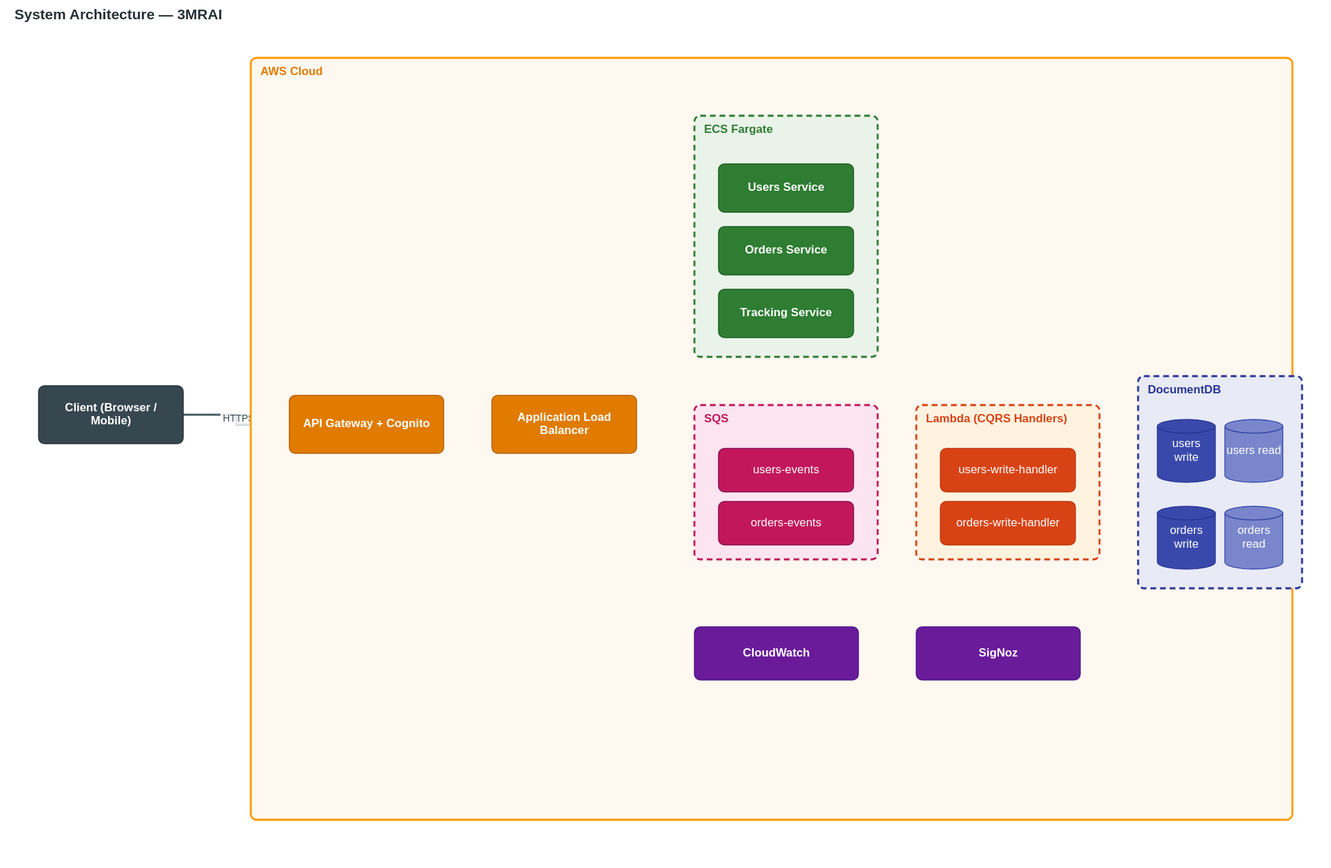
This is docs/00-overview/diagrams/architecture.drawio.svg from je-martinez/3-microservices-running-on-aws-infrastructure, a draw.io export, as it was before one commit. Source tidied: cells renumbered, new cells last; positions are measured from the earlier drawing's top-left corner, leaving out a move shared by most shapes.
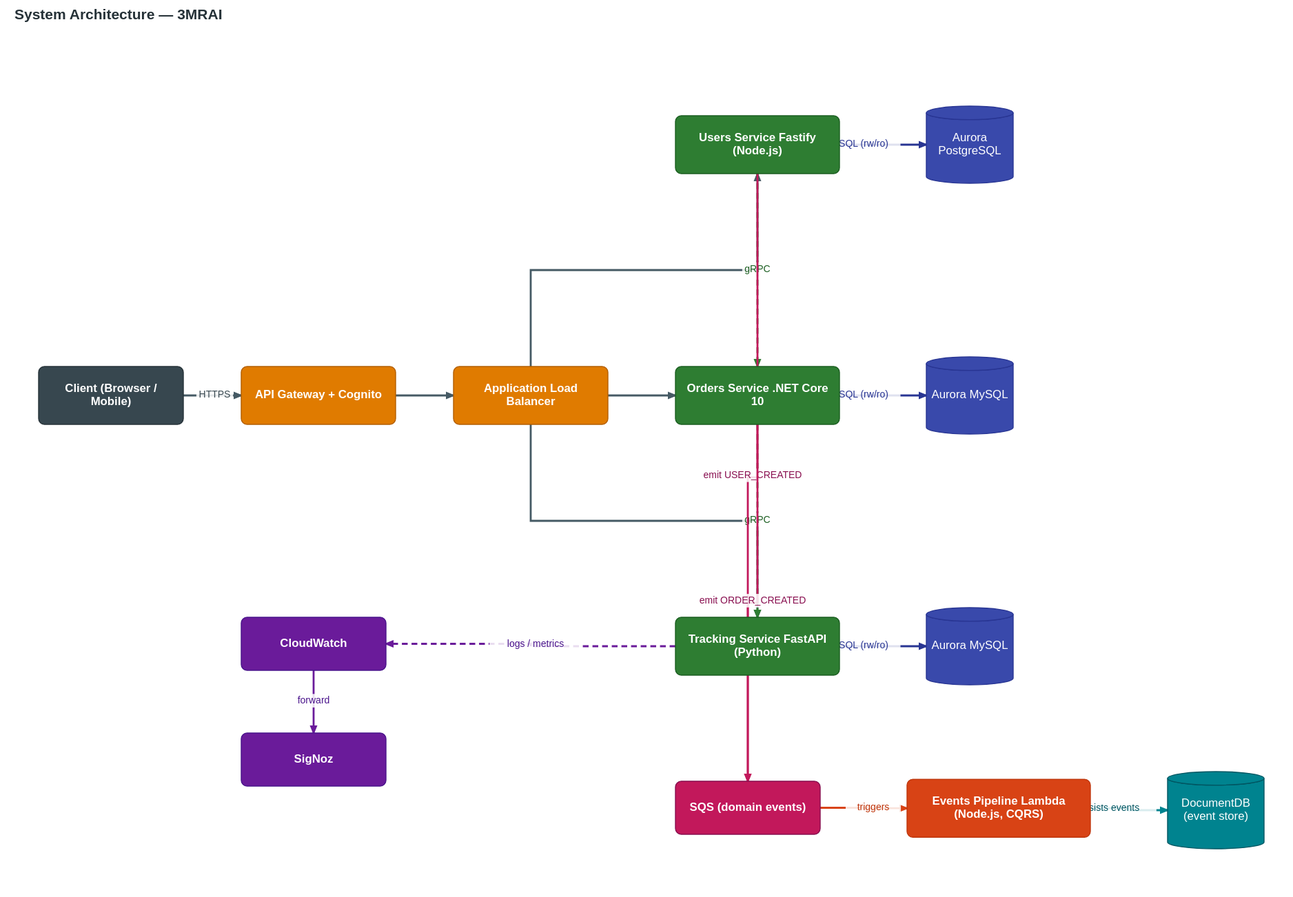
Above is the later version.

Commit message:
docs(vault): fix per-service stacks and persistence in overview

Diff of the diagram source:
```diff
@@ -5,65 +5,44 @@
     <mxCell id="2" value="Client&#10;(Browser / Mobile)" style="rounded=1;whiteSpace=wrap;html=1;fillColor=#37474F;strokeColor=#263238;fontColor=#ffffff;fontStyle=1;" parent="1" vertex="1">
       <mxGeometry y="340" width="150" height="60" as="geometry" />
     </mxCell>
-    <mxCell id="3" value="AWS Cloud" style="rounded=8;whiteSpace=wrap;html=1;fillColor=#FFF8F0;strokeColor=#FF9900;strokeWidth=2;verticalAlign=top;fontStyle=1;fontColor=#E07B00;startSize=30;" parent="1" vertex="1">
-      <mxGeometry x="220" width="1080" height="790" as="geometry" />
-    </mxCell>
-    <mxCell id="4" value="API Gateway + Cognito" style="rounded=1;whiteSpace=wrap;html=1;fillColor=#E07B00;strokeColor=#B35F00;fontColor=#ffffff;fontStyle=1;" parent="3" vertex="1">
-      <mxGeometry x="40" y="350" width="160" height="60" as="geometry" />
+    <mxCell id="4" value="API Gateway + Cognito" style="rounded=1;whiteSpace=wrap;html=1;fillColor=#E07B00;strokeColor=#B35F00;fontColor=#ffffff;fontStyle=1;" parent="1" vertex="1">
+      <mxGeometry x="210" y="340" width="160" height="60" as="geometry" />
     </mxCell>
-    <mxCell id="5" value="Application Load Balancer" style="rounded=1;whiteSpace=wrap;html=1;fillColor=#E07B00;strokeColor=#B35F00;fontColor=#ffffff;fontStyle=1;" parent="3" vertex="1">
-      <mxGeometry x="250" y="350" width="150" height="60" as="geometry" />
+    <mxCell id="5" value="Application Load Balancer" style="rounded=1;whiteSpace=wrap;html=1;fillColor=#E07B00;strokeColor=#B35F00;fontColor=#ffffff;fontStyle=1;" parent="1" vertex="1">
+      <mxGeometry x="430" y="340" width="160" height="60" as="geometry" />
     </mxCell>
-    <mxCell id="6" value="ECS Fargate" style="rounded=8;whiteSpace=wrap;html=1;fillColor=#EAF3EA;strokeColor=#2E7D32;strokeWidth=2;verticalAlign=top;fontStyle=1;fontColor=#2E7D32;startSize=28;dashed=1;" parent="3" vertex="1">
-      <mxGeometry x="460" y="60" width="190" height="250" as="geometry" />
-    </mxCell>
-    <mxCell id="7" value="Users Service" style="rounded=1;whiteSpace=wrap;html=1;fillColor=#2E7D32;strokeColor=#1B5E20;fontColor=#ffffff;fontStyle=1;" parent="6" vertex="1">
-      <mxGeometry x="25" y="50" width="140" height="50" as="geometry" />
+    <mxCell id="7" value="Users Service&#10;Fastify (Node.js)" style="rounded=1;whiteSpace=wrap;html=1;fillColor=#2E7D32;strokeColor=#1B5E20;fontColor=#ffffff;fontStyle=1;" parent="1" vertex="1">
+      <mxGeometry x="660" y="80" width="170" height="60" as="geometry" />
     </mxCell>
-    <mxCell id="8" value="Orders Service" style="rounded=1;whiteSpace=wrap;html=1;fillColor=#2E7D32;strokeColor=#1B5E20;fontColor=#ffffff;fontStyle=1;" parent="6" vertex="1">
-      <mxGeometry x="25" y="115" width="140" height="50" as="geometry" />
+    <mxCell id="8" value="Orders Service&#10;.NET Core 10" style="rounded=1;whiteSpace=wrap;html=1;fillColor=#2E7D32;strokeColor=#1B5E20;fontColor=#ffffff;fontStyle=1;" parent="1" vertex="1">
+      <mxGeometry x="660" y="340" width="170" height="60" as="geometry" />
     </mxCell>
-    <mxCell id="9" value="Tracking Service" style="rounded=1;whiteSpace=wrap;html=1;fillColor=#2E7D32;strokeColor=#1B5E20;fontColor=#ffffff;fontStyle=1;" parent="6" vertex="1">
-      <mxGeometry x="25" y="180" width="140" height="50" as="geometry" />
+    <mxCell id="9" value="Tracking Service&#10;FastAPI (Python)" style="rounded=1;whiteSpace=wrap;html=1;fillColor=#2E7D32;strokeColor=#1B5E20;fontColor=#ffffff;fontStyle=1;" parent="1" vertex="1">
+      <mxGeometry x="660" y="600" width="170" height="60" as="geometry" />
     </mxCell>
+    <mxCell id="40" value="Aurora&#10;PostgreSQL" style="shape=cylinder3;whiteSpace=wrap;html=1;fillColor=#3949AB;strokeColor=#283593;fontColor=#ffffff;" parent="1" vertex="1">
+      <mxGeometry x="920" y="70" width="90" height="80" as="geometry" />
+    </mxCell>
+    <mxCell id="41" value="Aurora&#10;MySQL" style="shape=cylinder3;whiteSpace=wrap;html=1;fillColor=#3949AB;strokeColor=#283593;fontColor=#ffffff;" parent="1" vertex="1">
+      <mxGeometry x="920" y="330" width="90" height="80" as="geometry" />
+    </mxCell>
+    <mxCell id="42" value="Aurora&#10;MySQL" style="shape=cylinder3;whiteSpace=wrap;html=1;fillColor=#3949AB;strokeColor=#283593;fontColor=#ffffff;" parent="1" vertex="1">
+      <mxGeometry x="920" y="590" width="90" height="80" as="geometry" />
+    </mxCell>
-    <mxCell id="10" value="SQS" style="rounded=8;whiteSpace=wrap;html=1;fillColor=#FCE4F1;strokeColor=#C2185B;strokeWidth=2;verticalAlign=top;fontStyle=1;fontColor=#C2185B;startSize=28;dashed=1;" parent="3" vertex="1">
-      <mxGeometry x="460" y="360" width="190" height="160" as="geometry" />
+    <mxCell id="10" value="SQS&#10;(domain events)" style="rounded=1;whiteSpace=wrap;html=1;fillColor=#C2185B;strokeColor=#880E4F;fontColor=#ffffff;fontStyle=1;" parent="1" vertex="1">
+      <mxGeometry x="660" y="770" width="150" height="55" as="geometry" />
     </mxCell>
-    <mxCell id="11" value="users-events" style="rounded=1;whiteSpace=wrap;html=1;fillColor=#C2185B;strokeColor=#880E4F;fontColor=#ffffff;" parent="10" vertex="1">
-      <mxGeometry x="25" y="45" width="140" height="45" as="geometry" />
-    </mxCell>
-    <mxCell id="12" value="orders-events" style="rounded=1;whiteSpace=wrap;html=1;fillColor=#C2185B;strokeColor=#880E4F;fontColor=#ffffff;" parent="10" vertex="1">
-      <mxGeometry x="25" y="100" width="140" height="45" as="geometry" />
-    </mxCell>
-    <mxCell id="13" value="Lambda (CQRS Handlers)" style="rounded=8;whiteSpace=wrap;html=1;fillColor=#FFF3E0;strokeColor=#D84315;strokeWidth=2;verticalAlign=top;fontStyle=1;fontColor=#D84315;startSize=28;dashed=1;" parent="3" vertex="1">
-      <mxGeometry x="690" y="360" width="190" height="160" as="geometry" />
-    </mxCell>
-    <mxCell id="14" value="users-write-handler" style="rounded=1;whiteSpace=wrap;html=1;fillColor=#D84315;strokeColor=#BF360C;fontColor=#ffffff;" parent="13" vertex="1">
-      <mxGeometry x="25" y="45" width="140" height="45" as="geometry" />
-    </mxCell>
-    <mxCell id="15" value="orders-write-handler" style="rounded=1;whiteSpace=wrap;html=1;fillColor=#D84315;strokeColor=#BF360C;fontColor=#ffffff;" parent="13" vertex="1">
-      <mxGeometry x="25" y="100" width="140" height="45" as="geometry" />
-    </mxCell>
-    <mxCell id="16" value="DocumentDB" style="rounded=8;whiteSpace=wrap;html=1;fillColor=#E8EAF6;strokeColor=#283593;strokeWidth=2;verticalAlign=top;fontStyle=1;fontColor=#283593;startSize=28;dashed=1;" parent="3" vertex="1">
-      <mxGeometry x="920" y="330" width="170" height="220" as="geometry" />
-    </mxCell>
-    <mxCell id="17" value="users write" style="shape=cylinder3;whiteSpace=wrap;html=1;fillColor=#3949AB;strokeColor=#283593;fontColor=#ffffff;" parent="16" vertex="1">
-      <mxGeometry x="20" y="45" width="60" height="65" as="geometry" />
-    </mxCell>
-    <mxCell id="18" value="users read" style="shape=cylinder3;whiteSpace=wrap;html=1;fillColor=#7986CB;strokeColor=#3949AB;fontColor=#ffffff;" parent="16" vertex="1">
-      <mxGeometry x="90" y="45" width="60" height="65" as="geometry" />
-    </mxCell>
-    <mxCell id="19" value="orders write" style="shape=cylinder3;whiteSpace=wrap;html=1;fillColor=#3949AB;strokeColor=#283593;fontColor=#ffffff;" parent="16" vertex="1">
-      <mxGeometry x="20" y="135" width="60" height="65" as="geometry" />
-    </mxCell>
-    <mxCell id="20" value="orders read" style="shape=cylinder3;whiteSpace=wrap;html=1;fillColor=#7986CB;strokeColor=#3949AB;fontColor=#ffffff;" parent="16" vertex="1">
-      <mxGeometry x="90" y="135" width="60" height="65" as="geometry" />
-    </mxCell>
+    <mxCell id="43" value="Events Pipeline&#10;Lambda (Node.js, CQRS)" style="rounded=1;whiteSpace=wrap;html=1;fillColor=#D84315;strokeColor=#BF360C;fontColor=#ffffff;fontStyle=1;" parent="1" vertex="1">
+      <mxGeometry x="900" y="768" width="190" height="60" as="geometry" />
+    </mxCell>
+    <mxCell id="44" value="DocumentDB&#10;(event store)" style="shape=cylinder3;whiteSpace=wrap;html=1;fillColor=#00838F;strokeColor=#005662;fontColor=#ffffff;" parent="1" vertex="1">
+      <mxGeometry x="1170" y="760" width="100" height="80" as="geometry" />
+    </mxCell>
-    <mxCell id="21" value="CloudWatch" style="rounded=1;whiteSpace=wrap;html=1;fillColor=#6A1B9A;strokeColor=#4A148C;fontColor=#ffffff;fontStyle=1;" parent="3" vertex="1">
-      <mxGeometry x="460" y="590" width="170" height="55" as="geometry" />
+    <mxCell id="21" value="CloudWatch" style="rounded=1;whiteSpace=wrap;html=1;fillColor=#6A1B9A;strokeColor=#4A148C;fontColor=#ffffff;fontStyle=1;" parent="1" vertex="1">
+      <mxGeometry x="210" y="600" width="150" height="55" as="geometry" />
     </mxCell>
-    <mxCell id="22" value="SigNoz" style="rounded=1;whiteSpace=wrap;html=1;fillColor=#6A1B9A;strokeColor=#4A148C;fontColor=#ffffff;fontStyle=1;" parent="3" vertex="1">
-      <mxGeometry x="690" y="590" width="170" height="55" as="geometry" />
+    <mxCell id="22" value="SigNoz" style="rounded=1;whiteSpace=wrap;html=1;fillColor=#6A1B9A;strokeColor=#4A148C;fontColor=#ffffff;fontStyle=1;" parent="1" vertex="1">
+      <mxGeometry x="210" y="720" width="150" height="55" as="geometry" />
     </mxCell>
     <mxCell id="23" value="HTTPS" style="strokeColor=#455A64;fontColor=#37474F;" parent="1" edge="1" source="2" target="4">
       <mxGeometry relative="1" as="geometry" />
@@ -80,41 +59,38 @@
     <mxCell id="27" style="strokeColor=#455A64;" parent="1" edge="1" source="5" target="9">
       <mxGeometry relative="1" as="geometry" />
     </mxCell>
-    <mxCell id="28" value="gRPC" style="dashed=1;strokeColor=#2E7D32;fontColor=#1B5E20;" parent="1" edge="1" source="7" target="8">
+    <mxCell id="28" value="SQL (rw/ro)" style="strokeColor=#283593;fontColor=#283593;" parent="1" edge="1" source="7" target="40">
       <mxGeometry relative="1" as="geometry" />
     </mxCell>
-    <mxCell id="29" value="gRPC" style="dashed=1;strokeColor=#2E7D32;fontColor=#1B5E20;" parent="1" edge="1" source="8" target="9">
+    <mxCell id="29" value="SQL (rw/ro)" style="strokeColor=#283593;fontColor=#283593;" parent="1" edge="1" source="8" target="41">
       <mxGeometry relative="1" as="geometry" />
     </mxCell>
-    <mxCell id="30" value="emit" style="strokeColor=#C2185B;fontColor=#880E4F;" parent="1" edge="1" source="7" target="11">
+    <mxCell id="30" value="SQL (rw/ro)" style="strokeColor=#283593;fontColor=#283593;" parent="1" edge="1" source="9" target="42">
       <mxGeometry relative="1" as="geometry" />
     </mxCell>
-    <mxCell id="31" value="emit" style="strokeColor=#C2185B;fontColor=#880E4F;" parent="1" edge="1" source="8" target="12">
+    <mxCell id="31" value="gRPC" style="dashed=1;strokeColor=#2E7D32;fontColor=#1B5E20;" parent="1" edge="1" source="7" target="8">
       <mxGeometry relative="1" as="geometry" />
     </mxCell>
-    <mxCell id="32" style="strokeColor=#D84315;" parent="1" edge="1" source="11" target="14">
+    <mxCell id="32" value="gRPC" style="dashed=1;strokeColor=#2E7D32;fontColor=#1B5E20;" parent="1" edge="1" source="8" target="9">
       <mxGeometry relative="1" as="geometry" />
     </mxCell>
-    <mxCell id="33" style="strokeColor=#D84315;" parent="1" edge="1" source="12" target="15">
+    <mxCell id="33" value="emit USER_CREATED" style="strokeColor=#C2185B;fontColor=#880E4F;" parent="1" edge="1" source="7" target="10">
       <mxGeometry relative="1" as="geometry" />
     </mxCell>
-    <mxCell id="34" value="write" style="strokeColor=#283593;fontColor=#283593;" parent="1" edge="1" source="14" target="17">
+    <mxCell id="34" value="emit ORDER_CREATED" style="strokeColor=#C2185B;fontColor=#880E4F;" parent="1" edge="1" source="8" target="10">
       <mxGeometry relative="1" as="geometry" />
     </mxCell>
-    <mxCell id="35" value="write" style="strokeColor=#283593;fontColor=#283593;" parent="1" edge="1" source="15" target="19">
+    <mxCell id="35" value="triggers" style="strokeColor=#D84315;fontColor=#BF360C;" parent="1" edge="1" source="10" target="43">
       <mxGeometry relative="1" as="geometry" />
     </mxCell>
-    <mxCell id="36" value="replicates" style="dashed=1;strokeColor=#7986CB;fontColor=#3949AB;" parent="1" edge="1" source="17" target="18">
+    <mxCell id="36" value="persists events" style="strokeColor=#00838F;fontColor=#005662;" parent="1" edge="1" source="43" target="44">
       <mxGeometry relative="1" as="geometry" />
     </mxCell>
-    <mxCell id="37" value="replicates" style="dashed=1;strokeColor=#7986CB;fontColor=#3949AB;" parent="1" edge="1" source="19" target="20">
+    <mxCell id="37" value="logs / metrics" style="dashed=1;strokeColor=#6A1B9A;fontColor=#4A148C;" parent="1" edge="1" source="9" target="21">
       <mxGeometry relative="1" as="geometry" />
     </mxCell>
-    <mxCell id="38" value="logs" style="dashed=1;strokeColor=#6A1B9A;fontColor=#4A148C;" parent="1" edge="1" source="9" target="21">
+    <mxCell id="38" value="forward" style="strokeColor=#6A1B9A;fontColor=#4A148C;" parent="1" edge="1" source="21" target="22">
       <mxGeometry relative="1" as="geometry" />
     </mxCell>
-    <mxCell id="39" value="forward" style="strokeColor=#6A1B9A;fontColor=#4A148C;" parent="1" edge="1" source="21" target="22">
-      <mxGeometry relative="1" as="geometry" />
-    </mxCell>
   </root>
 </mxGraphModel>
```
